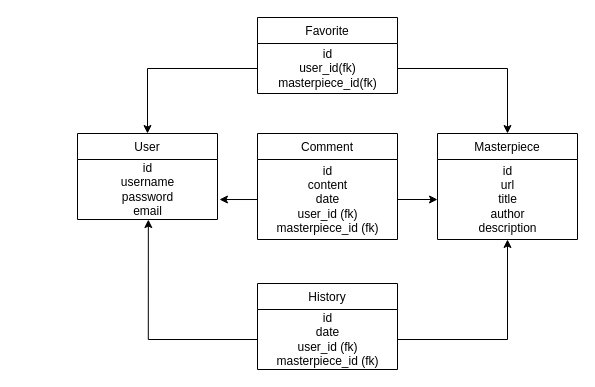
This is DB/MLD.drawio from OwainCharlon/Harv-Art, a draw.io file, before an edit. Source tidied: cells renumbered, new cells numbered last; positions are measured from the earlier drawing's top-left corner, leaving out a move shared by most shapes. Both pictures are drawn from the tidied source at 100%, with x=0, y=0 at pixel (77, 17).
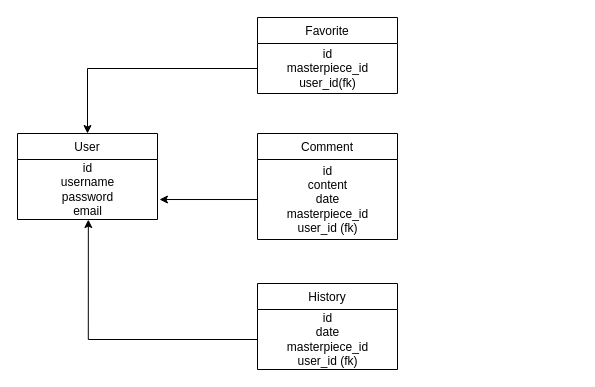
After the change.

Change to the diagram source:
```diff
@@
 <mxGraphModel>
   <root>
     <mxCell id="0" />
     <mxCell id="1" parent="0" />
     <mxCell id="2" style="edgeStyle=orthogonalEdgeStyle;rounded=0;jettySize=auto;html=1;entryX=0.5;entryY=0;entryDx=0;entryDy=0;" parent="1" edge="1" source="8" target="14">
       <mxGeometry relative="1" as="geometry" />
     </mxCell>
-    <mxCell id="3" style="edgeStyle=orthogonalEdgeStyle;rounded=0;jettySize=auto;html=1;entryX=0.5;entryY=0;entryDx=0;entryDy=0;" parent="1" edge="1" source="8" target="16">
-      <mxGeometry relative="1" as="geometry" />
-    </mxCell>
     <mxCell id="4" value="Comment" style="swimlane;fontStyle=0;horizontal=1;startSize=26;fillColor=none;" parent="1" vertex="1">
       <mxGeometry x="180" y="116" width="140" height="106" as="geometry" />
     </mxCell>
-    <mxCell id="5" value="id&lt;br&gt;content&lt;br&gt;date&lt;br&gt;user_id (fk)&lt;br&gt;masterpiece_id (fk)" style="text;html=1;align=center;verticalAlign=middle;points=[];" parent="4" vertex="1">
+    <mxCell id="5" value="id&lt;br&gt;content&lt;br&gt;date&lt;br&gt;masterpiece_id&lt;br&gt;user_id (fk)" style="text;html=1;align=center;verticalAlign=middle;points=[];" parent="4" vertex="1">
       <mxGeometry y="26" width="140" height="80" as="geometry" />
     </mxCell>
     <mxCell id="6" style="edgeStyle=orthogonalEdgeStyle;rounded=0;jettySize=auto;html=1;entryX=1.014;entryY=0.667;entryDx=0;entryDy=0;entryPerimeter=0;" parent="1" edge="1" source="5" target="15">
       <mxGeometry relative="1" as="geometry" />
     </mxCell>
     <mxCell id="7" value="Favorite" style="swimlane;fontStyle=0;horizontal=1;startSize=26;fillColor=none;" parent="1" vertex="1">
       <mxGeometry x="180" width="140" height="76" as="geometry" />
     </mxCell>
-    <mxCell id="8" value="id&lt;br&gt;user_id(fk)&lt;br&gt;masterpiece_id(fk)" style="text;html=1;align=center;verticalAlign=middle;points=[];" parent="7" vertex="1">
+    <mxCell id="8" value="id&lt;br&gt;masterpiece_id&lt;br&gt;user_id(fk)" style="text;html=1;align=center;verticalAlign=middle;points=[];" parent="7" vertex="1">
       <mxGeometry y="26" width="140" height="50" as="geometry" />
     </mxCell>
     <mxCell id="9" value="History" style="swimlane;fontStyle=0;horizontal=1;startSize=26;fillColor=none;" parent="1" vertex="1">
       <mxGeometry x="180" y="266" width="140" height="86" as="geometry" />
     </mxCell>
-    <mxCell id="10" value="id&lt;br&gt;date&lt;br&gt;user_id (fk)&lt;br&gt;masterpiece_id (fk)" style="text;html=1;align=center;verticalAlign=middle;points=[];" parent="9" vertex="1">
+    <mxCell id="10" value="id&lt;br&gt;date&lt;br&gt;masterpiece_id&lt;br&gt;user_id (fk)" style="text;html=1;align=center;verticalAlign=middle;points=[];" parent="9" vertex="1">
       <mxGeometry y="26" width="140" height="60" as="geometry" />
     </mxCell>
-    <mxCell id="11" style="edgeStyle=orthogonalEdgeStyle;rounded=0;jettySize=auto;html=1;entryX=0;entryY=0.5;entryDx=0;entryDy=0;entryPerimeter=0;" parent="1" edge="1" source="5" target="17">
-      <mxGeometry relative="1" as="geometry" />
-    </mxCell>
     <mxCell id="12" style="edgeStyle=orthogonalEdgeStyle;rounded=0;jettySize=auto;html=1;entryX=0.506;entryY=1.001;entryDx=0;entryDy=0;entryPerimeter=0;" parent="1" edge="1" source="10" target="15">
       <mxGeometry relative="1" as="geometry" />
     </mxCell>
-    <mxCell id="13" style="edgeStyle=orthogonalEdgeStyle;rounded=0;jettySize=auto;html=1;entryX=0.5;entryY=1;entryDx=0;entryDy=0;entryPerimeter=0;" parent="1" edge="1" source="10" target="17">
-      <mxGeometry relative="1" as="geometry" />
-    </mxCell>
     <mxCell id="14" value="User" style="swimlane;fontStyle=0;horizontal=1;startSize=26;fillColor=none;" parent="1" vertex="1">
-      <mxGeometry y="116" width="140" height="86" as="geometry" />
+      <mxGeometry x="-60" y="116" width="140" height="86" as="geometry" />
     </mxCell>
     <mxCell id="15" value="id&lt;br&gt;username&lt;br&gt;password&lt;br&gt;email" style="text;html=1;align=center;verticalAlign=middle;points=[];" parent="14" vertex="1">
       <mxGeometry y="26" width="140" height="60" as="geometry" />
     </mxCell>
-    <mxCell id="16" value="Masterpiece" style="swimlane;fontStyle=0;horizontal=1;startSize=26;fillColor=none;" parent="1" vertex="1">
-      <mxGeometry x="360" y="116" width="140" height="106" as="geometry" />
-    </mxCell>
-    <mxCell id="17" value="id&lt;br&gt;url&lt;br&gt;title&lt;br&gt;author&lt;br&gt;description" style="text;html=1;align=center;verticalAlign=middle;points=[];" parent="16" vertex="1">
-      <mxGeometry y="26" width="140" height="80" as="geometry" />
-    </mxCell>
   </root>
 </mxGraphModel>
```
